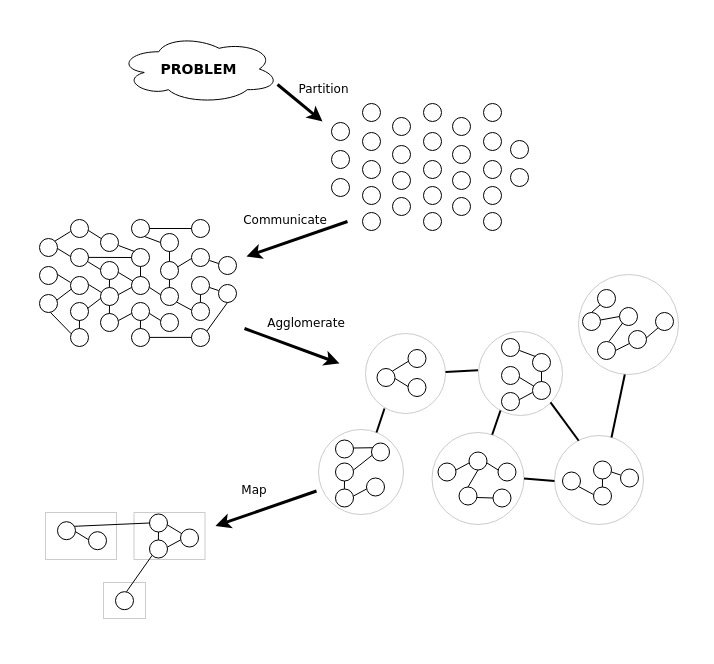
The draw.io diagram drawio/ch-intro/pcam.drawio in godaai/scale-py-zh, before the edit. Source tidied: cells renumbered, new cells numbered last; positions are measured from the earlier drawing's top-left corner, leaving out a move shared by most shapes. Both pictures are drawn from the tidied source at 100%, with x=0, y=0 at pixel (17, 17).
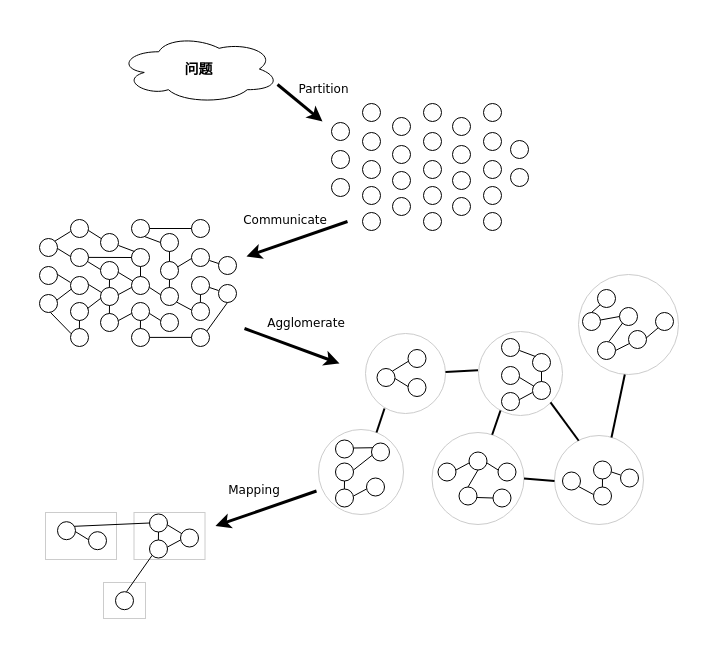
The same diagram, later.

Diff of the diagram source:
```diff
@@
-    <mxCell id="9" value="&lt;font style=&quot;font-size: 14px;&quot; face=&quot;Verdana&quot;&gt;&lt;b&gt;PROBLEM&lt;/b&gt;&lt;/font&gt;" style="ellipse;shape=cloud;whiteSpace=wrap;html=1;" parent="1" vertex="1">
+    <mxCell id="9" value="&lt;span style=&quot;font-size: 14px;&quot;&gt;&lt;b style=&quot;&quot;&gt;&lt;font face=&quot;Helvetica&quot;&gt;问题&lt;/font&gt;&lt;/b&gt;&lt;/span&gt;" style="ellipse;shape=cloud;whiteSpace=wrap;html=1;" parent="1" vertex="1">
       <mxGeometry x="101" y="17" width="161" height="69" as="geometry" />
     </mxCell>
@@
-    <mxCell id="162" value="&lt;font face=&quot;Verdana&quot;&gt;Map&lt;/font&gt;" style="text;html=1;align=center;verticalAlign=middle;whiteSpace=wrap;rounded=0;" parent="1" vertex="1">
+    <mxCell id="162" value="&lt;font face=&quot;Verdana&quot;&gt;Mapping&lt;/font&gt;" style="text;html=1;align=center;verticalAlign=middle;whiteSpace=wrap;rounded=0;" parent="1" vertex="1">
       <mxGeometry x="185" y="454.5" width="104" height="36" as="geometry" />
     </mxCell>
```
